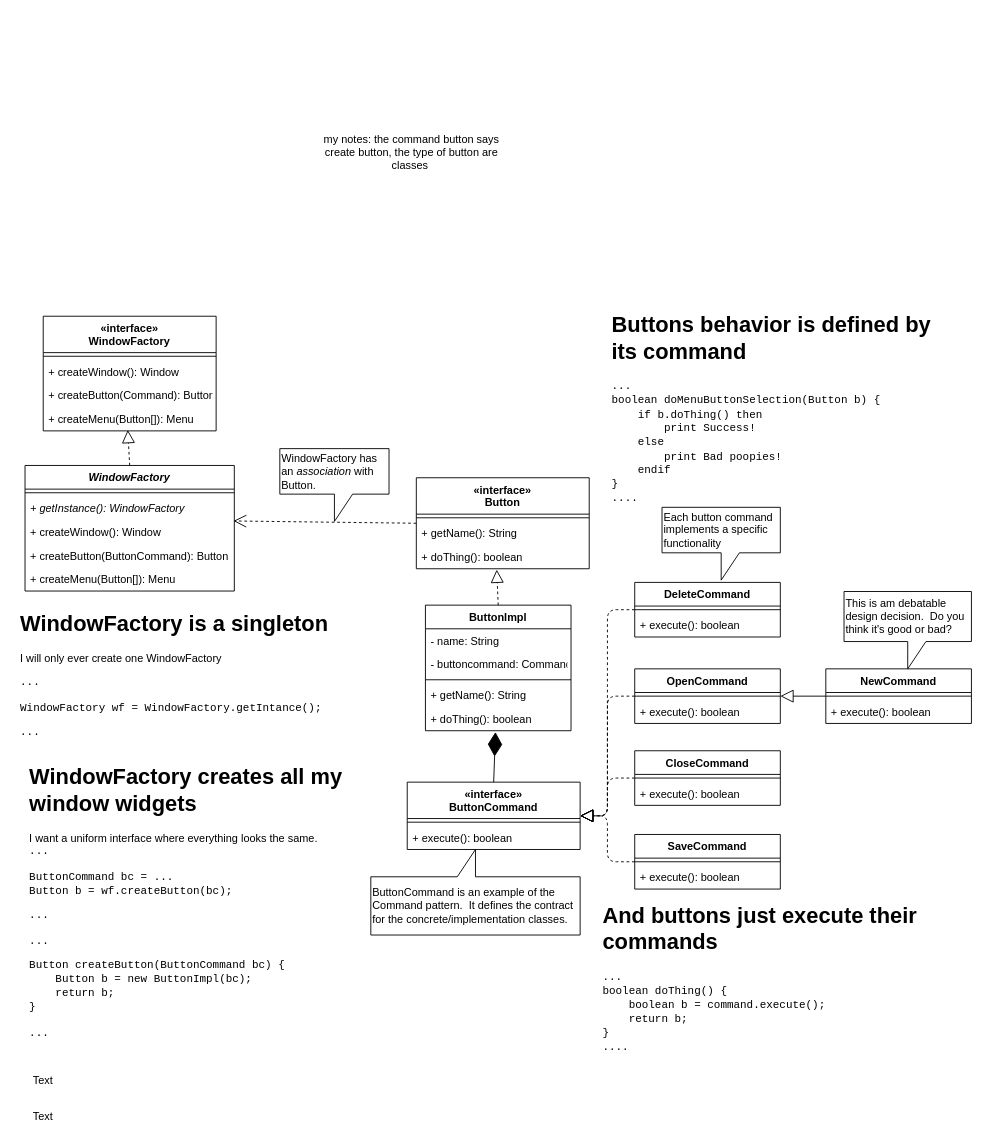
Earlier version of the draw.io diagram page "window factory" (1 of 2) of window factory Diagram.drawio (smartijo/CISC201draw). Source tidied: cells renumbered, new cells numbered last; positions are measured from the earlier drawing's top-left corner, leaving out a move shared by most shapes. Both pictures are drawn from the tidied source at 91%, with x=0, y=0 at pixel (15, 88).
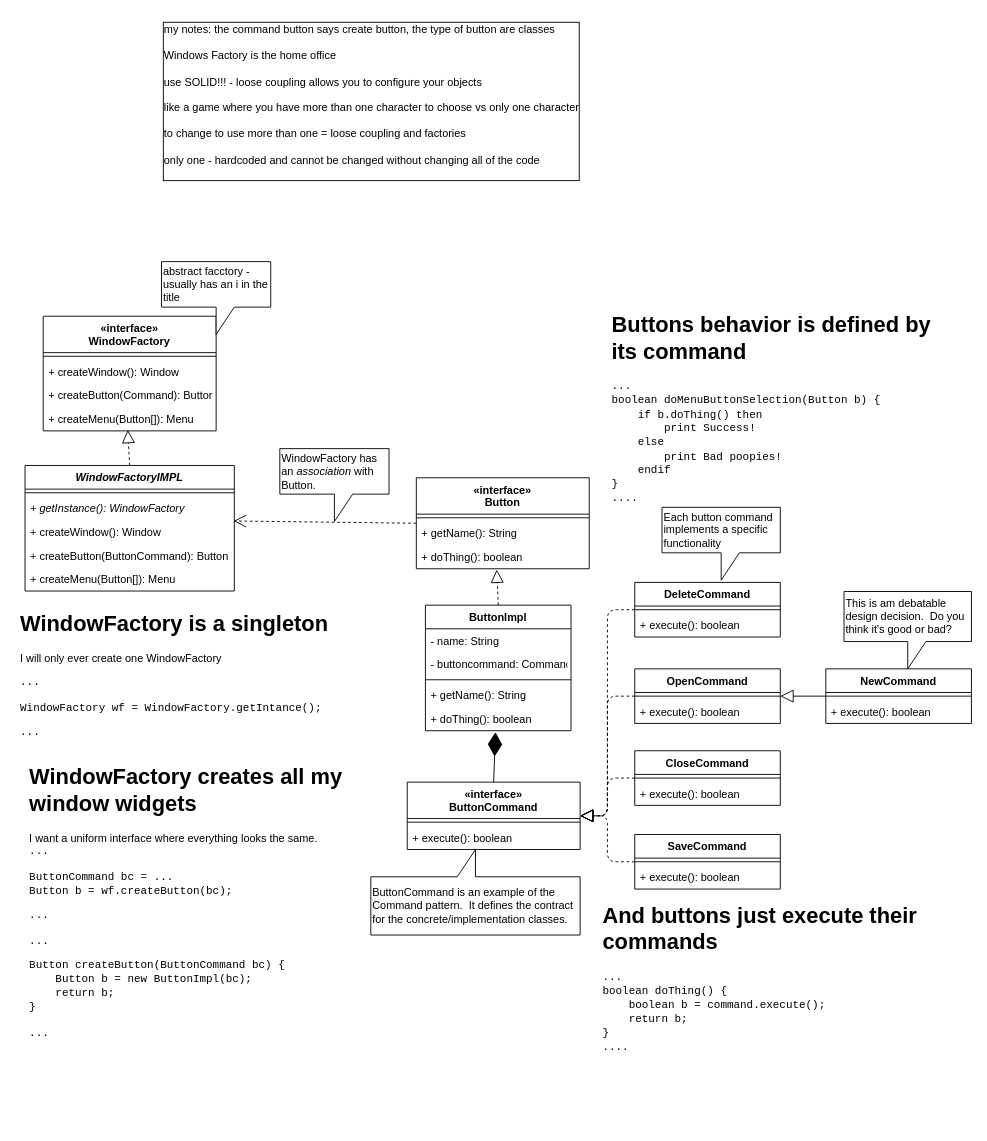
After the change.

The edit, as a diff of the source:
```diff
@@
-    <mxCell id="7" value="WindowFactory" style="swimlane;fontStyle=3;align=center;verticalAlign=top;horizontal=1;startSize=26;" parent="1" vertex="1">
+    <mxCell id="7" value="WindowFactoryIMPL" style="swimlane;fontStyle=3;align=center;verticalAlign=top;horizontal=1;startSize=26;" parent="1" vertex="1">
       <mxGeometry x="10" y="414" width="230" height="138" as="geometry" />
     </mxCell>
@@
-    <mxCell id="58" value="Text" style="text;html=1;strokeColor=none;fillColor=none;align=center;verticalAlign=middle;whiteSpace=wrap;rounded=0;" parent="1" vertex="1">
-      <mxGeometry x="10" y="1080" width="40" height="20" as="geometry" />
-    </mxCell>
-    <mxCell id="59" value="Text" style="text;html=1;strokeColor=none;fillColor=none;align=center;verticalAlign=middle;whiteSpace=wrap;rounded=0;" parent="1" vertex="1">
-      <mxGeometry x="10" y="1120" width="40" height="20" as="geometry" />
-    </mxCell>
-    <mxCell id="60" value="my notes: the command button says create button, the type of button are classes&amp;nbsp;" style="text;html=1;strokeColor=none;fillColor=none;align=center;verticalAlign=middle;whiteSpace=wrap;rounded=0;" parent="1" vertex="1">
-      <mxGeometry x="330" width="210" height="140" as="geometry" />
+    <mxCell id="60" value="my notes: the command button says create button, the type of button are classes&amp;nbsp;&lt;br&gt;&lt;br&gt;Windows Factory is the home office&lt;br&gt;&lt;br&gt;use SOLID!!! - loose coupling allows you to configure your objects&amp;nbsp;&lt;br&gt;&lt;br&gt;like a game where you have more than one character to choose vs only one character&lt;br&gt;&lt;br&gt;to change to use more than one = loose coupling and factories&lt;br&gt;&lt;br&gt;only one - hardcoded and cannot be changed without changing all of the code&lt;br&gt;&lt;br&gt;" style="text;html=1;strokeColor=none;fillColor=none;align=left;verticalAlign=top;whiteSpace=wrap;rounded=0;labelPosition=center;verticalLabelPosition=middle;labelBorderColor=#000000;" parent="1" vertex="1">
+      <mxGeometry x="160" y="-80" width="470" height="230" as="geometry" />
     </mxCell>
+    <mxCell id="61" value="abstract facctory - usually has an i in the title" style="shape=callout;whiteSpace=wrap;html=1;perimeter=calloutPerimeter;strokeColor=#000000;align=left;" parent="1" vertex="1">
+      <mxGeometry x="160" y="190" width="120" height="80" as="geometry" />
+    </mxCell>
```
